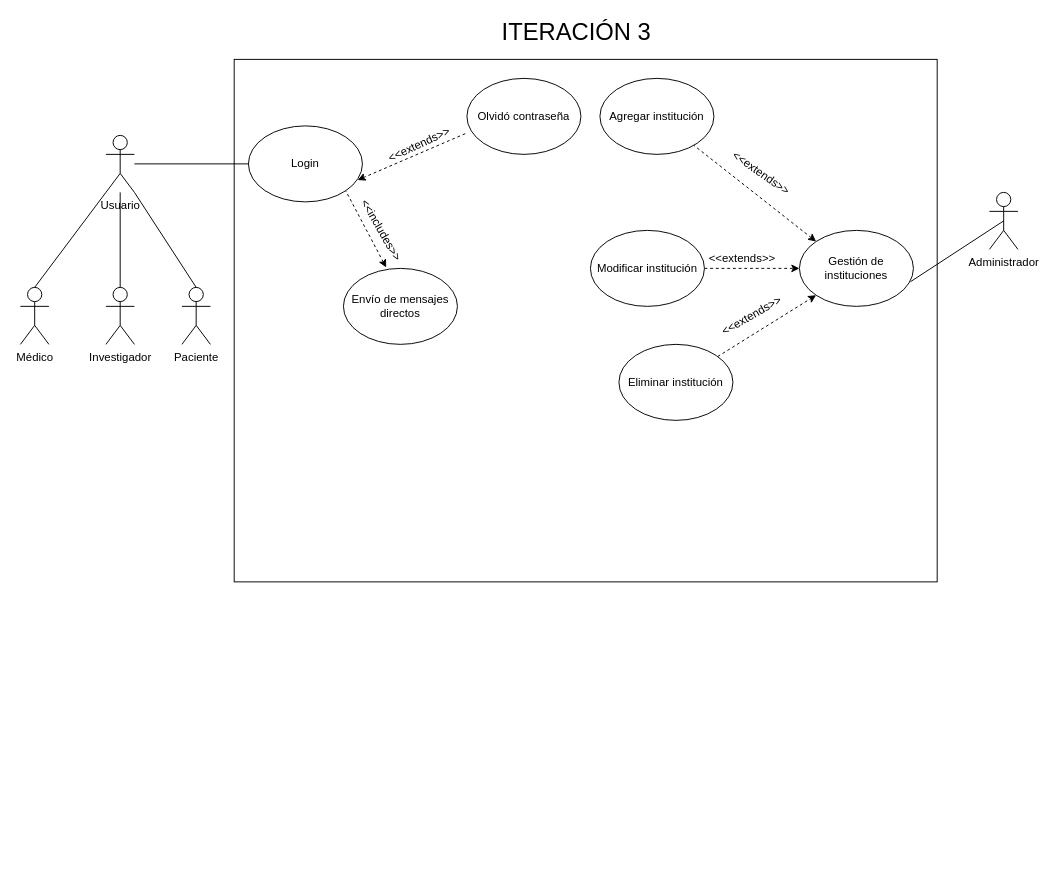
The draw.io diagram MET/CU-IT3.drawio in NeutronBlast/IS-Ex, before the edit. Source tidied: cells renumbered, new cells numbered last; positions are measured from the earlier drawing's top-left corner, leaving out a move shared by most shapes. Both pictures are drawn from the tidied source at 95%, with x=0, y=0 at pixel (20, 21).
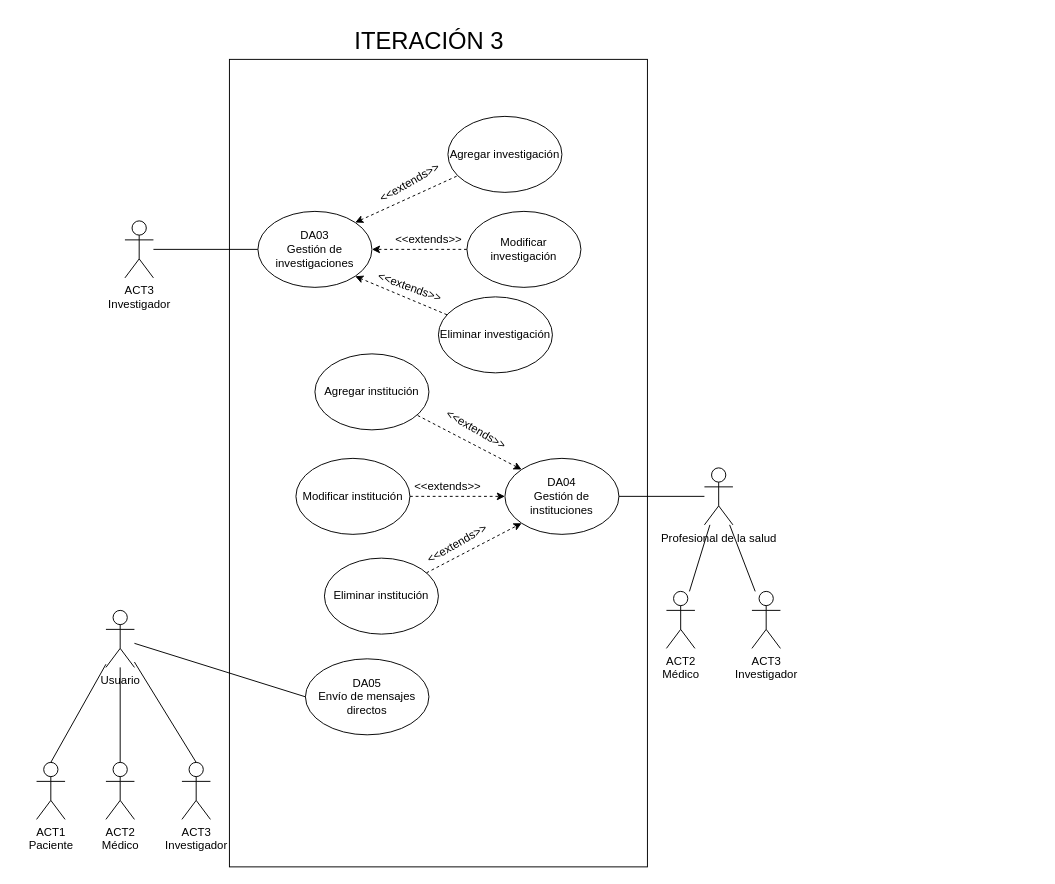
After the change.

Change to the diagram source:
```diff
@@
     <mxCell id="2" style="whiteSpace=wrap;html=1;" parent="1" vertex="1">
-      <mxGeometry x="225" y="40" width="740" height="550" as="geometry" />
+      <mxGeometry x="220" y="40" width="440" height="850" as="geometry" />
     </mxCell>
     <mxCell id="3" value="&lt;font style=&quot;font-size: 25px&quot;&gt;ITERACIÓN 3&lt;/font&gt;" style="text;html=1;align=center;verticalAlign=middle;" parent="1" vertex="1">
-      <mxGeometry x="500" width="170" height="20" as="geometry" />
+      <mxGeometry x="345" y="10" width="170" height="20" as="geometry" />
     </mxCell>
@@
-    <mxCell id="5" value="Gestión de instituciones" style="ellipse;whiteSpace=wrap;html=1;" parent="1" vertex="1">
-      <mxGeometry x="820" y="220" width="120" height="80" as="geometry" />
+    <mxCell id="5" value="DA04&lt;br&gt;Gestión de instituciones" style="ellipse;whiteSpace=wrap;html=1;" parent="1" vertex="1">
+      <mxGeometry x="510" y="460" width="120" height="80" as="geometry" />
     </mxCell>
     <mxCell id="6" value="Agregar institución" style="ellipse;whiteSpace=wrap;html=1;" parent="1" vertex="1">
-      <mxGeometry x="610" y="60" width="120" height="80" as="geometry" />
+      <mxGeometry x="310" y="350" width="120" height="80" as="geometry" />
     </mxCell>
@@
     <mxCell id="8" value="Eliminar institución" style="ellipse;whiteSpace=wrap;html=1;" parent="1" vertex="1">
-      <mxGeometry x="630" y="340" width="120" height="80" as="geometry" />
+      <mxGeometry x="320" y="565" width="120" height="80" as="geometry" />
     </mxCell>
@@
     <mxCell id="10" value="Modificar institución" style="ellipse;whiteSpace=wrap;html=1;" parent="1" vertex="1">
-      <mxGeometry x="600" y="220" width="120" height="80" as="geometry" />
+      <mxGeometry x="290" y="460" width="120" height="80" as="geometry" />
     </mxCell>
-    <mxCell id="11" value="&amp;lt;&amp;lt;extends&amp;gt;&amp;gt;" style="text;html=1;strokeColor=none;fillColor=none;align=center;verticalAlign=middle;whiteSpace=wrap;rounded=0;rotation=35;" parent="1" vertex="1">
-      <mxGeometry x="760" y="150" width="40" height="20" as="geometry" />
+    <mxCell id="11" value="&amp;lt;&amp;lt;extends&amp;gt;&amp;gt;" style="text;html=1;strokeColor=none;fillColor=none;align=center;verticalAlign=middle;whiteSpace=wrap;rounded=0;rotation=30;" parent="1" vertex="1">
+      <mxGeometry x="460" y="420" width="40" height="20" as="geometry" />
     </mxCell>
     <mxCell id="12" value="&amp;lt;&amp;lt;extends&amp;gt;&amp;gt;" style="text;html=1;strokeColor=none;fillColor=none;align=center;verticalAlign=middle;whiteSpace=wrap;rounded=0;rotation=0;" parent="1" vertex="1">
-      <mxGeometry x="740" y="240" width="40" height="20" as="geometry" />
+      <mxGeometry x="430" y="480" width="40" height="20" as="geometry" />
     </mxCell>
     <mxCell id="13" value="&amp;lt;&amp;lt;extends&amp;gt;&amp;gt;" style="text;html=1;strokeColor=none;fillColor=none;align=center;verticalAlign=middle;whiteSpace=wrap;rounded=0;rotation=-30;" parent="1" vertex="1">
-      <mxGeometry x="750" y="300" width="40" height="20" as="geometry" />
+      <mxGeometry x="440" y="540" width="40" height="20" as="geometry" />
     </mxCell>
-    <mxCell id="14" value="Paciente" style="shape=umlActor;verticalLabelPosition=bottom;labelBackgroundColor=#ffffff;verticalAlign=top;html=1;outlineConnect=0;" parent="1" vertex="1">
-      <mxGeometry x="170" y="280" width="30" height="60" as="geometry" />
+    <mxCell id="14" value="ACT3&lt;br&gt;Investigador" style="shape=umlActor;verticalLabelPosition=bottom;labelBackgroundColor=#ffffff;verticalAlign=top;html=1;outlineConnect=0;" parent="1" vertex="1">
+      <mxGeometry x="170" y="780" width="30" height="60" as="geometry" />
     </mxCell>
-    <mxCell id="15" style="edgeStyle=none;rounded=0;jettySize=auto;html=1;startArrow=none;startFill=0;endArrow=none;endFill=0;" parent="1" edge="1" target="21">
-      <mxGeometry relative="1" as="geometry">
-        <mxPoint x="250" y="150" as="sourcePoint" />
-      </mxGeometry>
+    <mxCell id="15" style="edgeStyle=none;rounded=0;jettySize=auto;html=1;startArrow=none;startFill=0;endArrow=none;endFill=0;exitX=0;exitY=0.5;exitDx=0;exitDy=0;" parent="1" edge="1" source="16" target="21">
+      <mxGeometry relative="1" as="geometry" />
     </mxCell>
-    <mxCell id="16" value="Envío de mensajes directos" style="ellipse;whiteSpace=wrap;html=1;" parent="1" vertex="1">
-      <mxGeometry x="340" y="260" width="120" height="80" as="geometry" />
+    <mxCell id="16" value="DA05&lt;br&gt;Envío de mensajes directos" style="ellipse;whiteSpace=wrap;html=1;" parent="1" vertex="1">
+      <mxGeometry x="300" y="671" width="130" height="80" as="geometry" />
     </mxCell>
-    <mxCell id="17" value="Administrador" style="shape=umlActor;verticalLabelPosition=bottom;labelBackgroundColor=#ffffff;verticalAlign=top;html=1;outlineConnect=0;" parent="1" vertex="1">
-      <mxGeometry x="1020" y="180" width="30" height="60" as="geometry" />
+    <mxCell id="17" value="Profesional de la salud" style="shape=umlActor;verticalLabelPosition=bottom;labelBackgroundColor=#ffffff;verticalAlign=top;html=1;outlineConnect=0;" parent="1" vertex="1">
+      <mxGeometry x="720" y="470" width="30" height="60" as="geometry" />
     </mxCell>
-    <mxCell id="18" style="edgeStyle=none;rounded=0;jettySize=auto;html=1;startArrow=none;startFill=0;endArrow=none;endFill=0;entryX=0.975;entryY=0.675;entryDx=0;entryDy=0;entryPerimeter=0;exitX=0.5;exitY=0.5;exitDx=0;exitDy=0;exitPerimeter=0;" parent="1" edge="1" source="17" target="5">
+    <mxCell id="18" style="edgeStyle=none;rounded=0;jettySize=auto;html=1;startArrow=none;startFill=0;endArrow=none;endFill=0;entryX=1;entryY=0.5;entryDx=0;entryDy=0;" parent="1" edge="1" source="17" target="5">
       <mxGeometry relative="1" as="geometry" />
     </mxCell>
-    <mxCell id="19" value="Médico" style="shape=umlActor;verticalLabelPosition=bottom;labelBackgroundColor=#ffffff;verticalAlign=top;html=1;outlineConnect=0;" parent="1" vertex="1">
-      <mxGeometry y="280" width="30" height="60" as="geometry" />
+    <mxCell id="19" value="ACT1&lt;br&gt;Paciente" style="shape=umlActor;verticalLabelPosition=bottom;labelBackgroundColor=#ffffff;verticalAlign=top;html=1;outlineConnect=0;" parent="1" vertex="1">
+      <mxGeometry x="17" y="780" width="30" height="60" as="geometry" />
     </mxCell>
-    <mxCell id="20" value="Investigador" style="shape=umlActor;verticalLabelPosition=bottom;labelBackgroundColor=#ffffff;verticalAlign=top;html=1;outlineConnect=0;" parent="1" vertex="1">
-      <mxGeometry x="90" y="280" width="30" height="60" as="geometry" />
+    <mxCell id="20" value="ACT2&lt;br&gt;Médico" style="shape=umlActor;verticalLabelPosition=bottom;labelBackgroundColor=#ffffff;verticalAlign=top;html=1;outlineConnect=0;" parent="1" vertex="1">
+      <mxGeometry x="90" y="780" width="30" height="60" as="geometry" />
     </mxCell>
     <mxCell id="21" value="Usuario" style="shape=umlActor;verticalLabelPosition=bottom;labelBackgroundColor=#ffffff;verticalAlign=top;html=1;outlineConnect=0;" parent="1" vertex="1">
-      <mxGeometry x="90" y="120" width="30" height="60" as="geometry" />
+      <mxGeometry x="90" y="620" width="30" height="60" as="geometry" />
     </mxCell>
-    <mxCell id="22" style="endArrow=none;html=1;exitX=0.5;exitY=0;exitDx=0;exitDy=0;exitPerimeter=0;entryX=0;entryY=1;entryDx=0;entryDy=0;entryPerimeter=0;" parent="1" edge="1" source="19" target="21">
+    <mxCell id="22" style="endArrow=none;html=1;exitX=0.5;exitY=0;exitDx=0;exitDy=0;exitPerimeter=0;" parent="1" edge="1" source="19" target="21">
       <mxGeometry relative="1" as="geometry" />
     </mxCell>
@@
-    <mxCell id="24" style="endArrow=none;html=1;exitX=0.5;exitY=0;exitDx=0;exitDy=0;exitPerimeter=0;entryX=1;entryY=1;entryDx=0;entryDy=0;entryPerimeter=0;" parent="1" edge="1" source="14" target="21">
+    <mxCell id="24" style="endArrow=none;html=1;exitX=0.5;exitY=0;exitDx=0;exitDy=0;exitPerimeter=0;" parent="1" edge="1" source="14" target="21">
       <mxGeometry relative="1" as="geometry" />
     </mxCell>
-    <mxCell id="25" value="Login" style="ellipse;whiteSpace=wrap;html=1;" parent="1" vertex="1">
-      <mxGeometry x="240" y="110" width="120" height="80" as="geometry" />
-    </mxCell>
-    <mxCell id="26" style="edgeStyle=none;rounded=0;jettySize=auto;html=1;entryX=1;entryY=1;entryDx=0;entryDy=0;dashed=1;startArrow=classic;startFill=1;endArrow=none;endFill=0;exitX=0.375;exitY=-0.012;exitDx=0;exitDy=0;exitPerimeter=0;" parent="1" edge="1" source="16" target="25">
-      <mxGeometry relative="1" as="geometry" />
-    </mxCell>
-    <mxCell id="27" value="&lt;span&gt;&amp;lt;&amp;lt;includes&amp;gt;&amp;gt;&lt;br&gt;&lt;/span&gt;" style="text;html=1;strokeColor=none;fillColor=none;align=center;verticalAlign=middle;whiteSpace=wrap;rounded=0;rotation=60;" parent="1" vertex="1">
-      <mxGeometry x="360" y="210" width="40" height="20" as="geometry" />
-    </mxCell>
-    <mxCell id="28" value="&amp;lt;&amp;lt;extends&amp;gt;&amp;gt;" style="text;html=1;strokeColor=none;fillColor=none;align=center;verticalAlign=middle;whiteSpace=wrap;rounded=0;rotation=-25;" parent="1" vertex="1">
-      <mxGeometry x="400" y="120" width="40" height="20" as="geometry" />
-    </mxCell>
-    <mxCell id="29" value="Olvidó contraseña" style="ellipse;whiteSpace=wrap;html=1;" parent="1" vertex="1">
-      <mxGeometry x="470" y="60" width="120" height="80" as="geometry" />
-    </mxCell>
-    <mxCell id="30" style="rounded=0;jettySize=auto;html=1;entryX=0.008;entryY=0.713;entryDx=0;entryDy=0;endArrow=none;endFill=0;startArrow=classic;startFill=1;dashed=1;entryPerimeter=0;exitX=0.958;exitY=0.713;exitDx=0;exitDy=0;exitPerimeter=0;" parent="1" edge="1" source="25" target="29">
-      <mxGeometry relative="1" as="geometry" />
-    </mxCell>
+    <mxCell id="31" style="rounded=0;jettySize=auto;html=1;endArrow=none;endFill=0;" parent="1" edge="1" source="32" target="17">
+      <mxGeometry relative="1" as="geometry" />
+    </mxCell>
+    <mxCell id="32" value="ACT2&lt;br&gt;Médico" style="shape=umlActor;verticalLabelPosition=bottom;labelBackgroundColor=#ffffff;verticalAlign=top;html=1;outlineConnect=0;" parent="1" vertex="1">
+      <mxGeometry x="680" y="600" width="30" height="60" as="geometry" />
+    </mxCell>
+    <mxCell id="33" style="edgeStyle=none;rounded=0;jettySize=auto;html=1;endArrow=none;endFill=0;" parent="1" edge="1" source="34" target="17">
+      <mxGeometry relative="1" as="geometry" />
+    </mxCell>
+    <mxCell id="34" value="ACT3&lt;br&gt;Investigador" style="shape=umlActor;verticalLabelPosition=bottom;labelBackgroundColor=#ffffff;verticalAlign=top;html=1;outlineConnect=0;" parent="1" vertex="1">
+      <mxGeometry x="770" y="600" width="30" height="60" as="geometry" />
+    </mxCell>
+    <mxCell id="35" value="ACT3&lt;br&gt;Investigador" style="shape=umlActor;verticalLabelPosition=bottom;labelBackgroundColor=#ffffff;verticalAlign=top;html=1;outlineConnect=0;" parent="1" vertex="1">
+      <mxGeometry x="110" y="210" width="30" height="60" as="geometry" />
+    </mxCell>
+    <mxCell id="36" style="rounded=0;jettySize=auto;html=1;exitX=1;exitY=0;exitDx=0;exitDy=0;endArrow=none;endFill=0;startArrow=classic;startFill=1;dashed=1;" parent="1" edge="1" source="38" target="39">
+      <mxGeometry relative="1" as="geometry" />
+    </mxCell>
+    <mxCell id="37" style="edgeStyle=none;rounded=0;jettySize=auto;html=1;endArrow=none;endFill=0;" parent="1" edge="1" source="38" target="35">
+      <mxGeometry relative="1" as="geometry" />
+    </mxCell>
+    <mxCell id="38" value="DA03&lt;br&gt;Gestión de investigaciones" style="ellipse;whiteSpace=wrap;html=1;" parent="1" vertex="1">
+      <mxGeometry x="250" y="200" width="120" height="80" as="geometry" />
+    </mxCell>
+    <mxCell id="39" value="Agregar investigación" style="ellipse;whiteSpace=wrap;html=1;" parent="1" vertex="1">
+      <mxGeometry x="450" y="100" width="120" height="80" as="geometry" />
+    </mxCell>
+    <mxCell id="40" style="edgeStyle=none;rounded=0;jettySize=auto;html=1;dashed=1;startArrow=none;startFill=0;endArrow=classic;endFill=1;entryX=1;entryY=1;entryDx=0;entryDy=0;" parent="1" edge="1" source="41" target="38">
+      <mxGeometry relative="1" as="geometry" />
+    </mxCell>
+    <mxCell id="41" value="Eliminar investigación" style="ellipse;whiteSpace=wrap;html=1;" parent="1" vertex="1">
+      <mxGeometry x="440" y="290" width="120" height="80" as="geometry" />
+    </mxCell>
+    <mxCell id="42" style="edgeStyle=none;rounded=0;jettySize=auto;html=1;entryX=1;entryY=0.5;entryDx=0;entryDy=0;dashed=1;startArrow=none;startFill=0;endArrow=classic;endFill=1;" parent="1" edge="1" source="43" target="38">
+      <mxGeometry relative="1" as="geometry" />
+    </mxCell>
+    <mxCell id="43" value="Modificar investigación" style="ellipse;whiteSpace=wrap;html=1;" parent="1" vertex="1">
+      <mxGeometry x="470" y="200" width="120" height="80" as="geometry" />
+    </mxCell>
+    <mxCell id="44" value="&amp;lt;&amp;lt;extends&amp;gt;&amp;gt;" style="text;html=1;strokeColor=none;fillColor=none;align=center;verticalAlign=middle;whiteSpace=wrap;rounded=0;rotation=-30;" parent="1" vertex="1">
+      <mxGeometry x="390" y="160" width="40" height="20" as="geometry" />
+    </mxCell>
+    <mxCell id="45" value="&amp;lt;&amp;lt;extends&amp;gt;&amp;gt;" style="text;html=1;strokeColor=none;fillColor=none;align=center;verticalAlign=middle;whiteSpace=wrap;rounded=0;rotation=0;" parent="1" vertex="1">
+      <mxGeometry x="410" y="220" width="40" height="20" as="geometry" />
+    </mxCell>
+    <mxCell id="46" value="&amp;lt;&amp;lt;extends&amp;gt;&amp;gt;" style="text;html=1;strokeColor=none;fillColor=none;align=center;verticalAlign=middle;whiteSpace=wrap;rounded=0;rotation=20;" parent="1" vertex="1">
+      <mxGeometry x="390" y="270" width="40" height="20" as="geometry" />
+    </mxCell>
```
